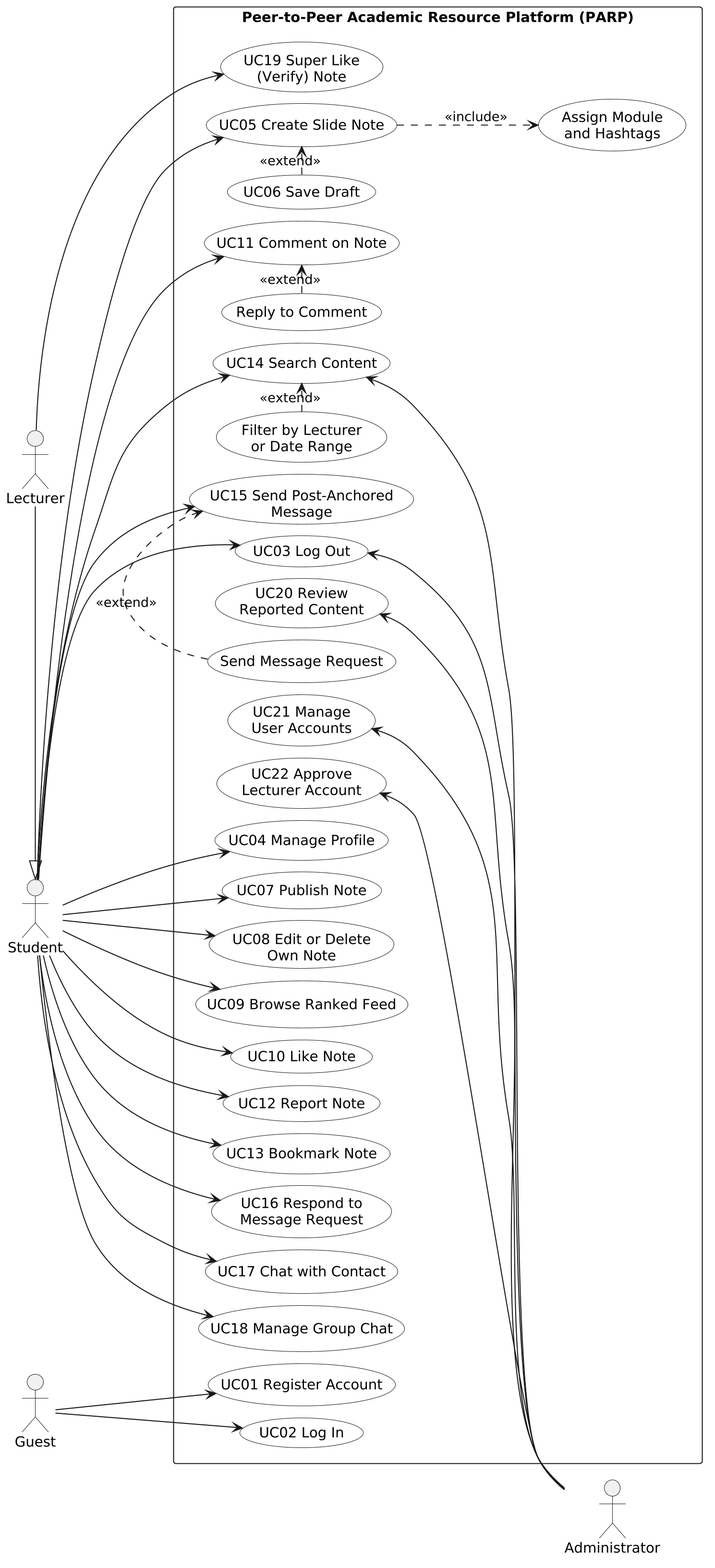
Before: docs/chapter4/diagrams/png/use_case.png, a diagram exported from PlantUML (qicai14/NotaLah). Source of this version:
```plantuml
@startuml use_case
left to right direction
skinparam shadowing false
skinparam monochrome true
skinparam packageStyle rectangle
skinparam defaultFontName Arial
skinparam usecaseBackgroundColor white
skinparam dpi 200
skinparam nodesep 12
skinparam ranksep 60

actor "Guest" as G
actor "Student" as S
actor "Lecturer" as L
actor "Administrator" as A
L -|> S

rectangle "Peer-to-Peer Academic Resource Platform (PARP)" {
  usecase "UC01 Register Account" as UC01
  usecase "UC02 Log In" as UC02
  usecase "UC03 Log Out" as UC03
  usecase "UC04 Manage Profile" as UC04
  usecase "UC14 Search Content" as UC14
  usecase "Filter by Lecturer\nor Date Range" as UC14x
  usecase "UC05 Create Slide Note" as UC05
  usecase "Assign Module\nand Hashtags" as UC05i
  usecase "UC06 Save Draft" as UC06
  usecase "UC07 Publish Note" as UC07
  usecase "UC08 Edit or Delete\nOwn Note" as UC08
  usecase "UC09 Browse Ranked Feed" as UC09
  usecase "UC10 Like Note" as UC10
  usecase "UC11 Comment on Note" as UC11
  usecase "Reply to Comment" as UC11x
  usecase "UC12 Report Note" as UC12
  usecase "UC13 Bookmark Note" as UC13
  usecase "UC15 Send Post-Anchored\nMessage" as UC15
  usecase "Send Message Request" as UC15x
  usecase "UC16 Respond to\nMessage Request" as UC16
  usecase "UC17 Chat with Contact" as UC17
  usecase "UC18 Manage Group Chat" as UC18
  usecase "UC19 Super Like\n(Verify) Note" as UC19
  usecase "UC20 Review\nReported Content" as UC20
  usecase "UC21 Manage\nUser Accounts" as UC21
  usecase "UC22 Approve\nLecturer Account" as UC22
}

G --> UC01
G --> UC02
S --> UC03
S --> UC04
S --> UC05
UC05 ..> UC05i : <<include>>
UC06 .> UC05 : <<extend>>
S --> UC07
S --> UC08
S --> UC09
S --> UC10
S --> UC11
UC11x .> UC11 : <<extend>>
S --> UC12
S --> UC13
S --> UC14
UC14x .> UC14 : <<extend>>
S --> UC15
UC15x .> UC15 : <<extend>>
S --> UC16
S --> UC17
S --> UC18
L --> UC19

UC03 <-- A
UC14 <-- A
UC20 <-- A
UC21 <-- A
UC22 <-- A
@enduml
```
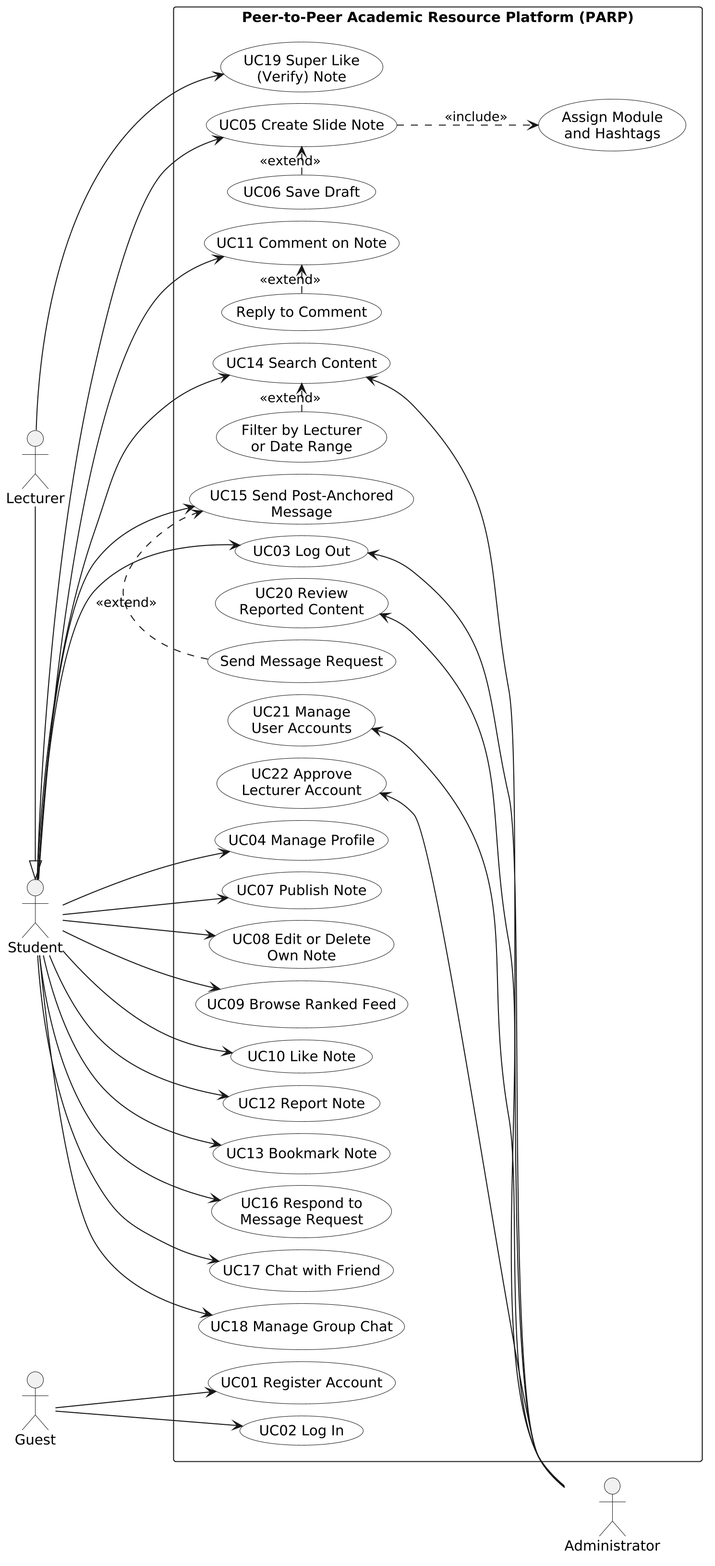
After the change.

Commit message:
Update ERD and contact diagrams for follows, snapshot, rate limit

The edit, as a diff of the source:
```diff
@@ -36,7 +36,7 @@
   usecase "UC15 Send Post-Anchored\nMessage" as UC15
   usecase "Send Message Request" as UC15x
   usecase "UC16 Respond to\nMessage Request" as UC16
-  usecase "UC17 Chat with Contact" as UC17
+  usecase "UC17 Chat with Friend" as UC17
   usecase "UC18 Manage Group Chat" as UC18
   usecase "UC19 Super Like\n(Verify) Note" as UC19
   usecase "UC20 Review\nReported Content" as UC20
```
